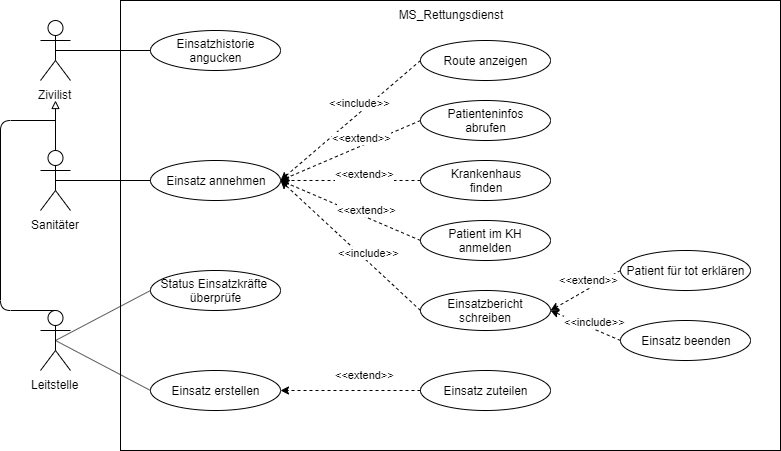
Earlier version of the draw.io export docs/patrick_poppe/img/UseCase.png (SGSE-2020/Spezifikation). Source tidied: cells renumbered, new cells last; positions are measured from the earlier drawing's top-left corner, leaving out a move shared by most shapes.
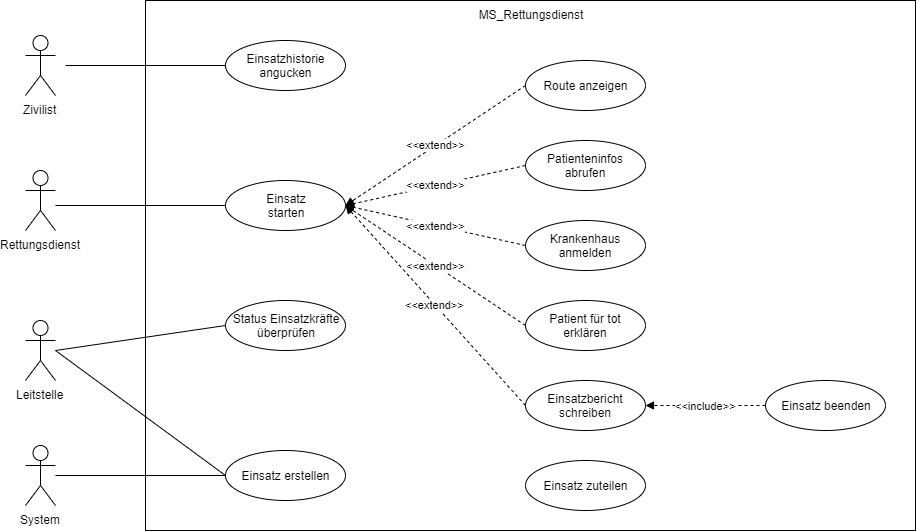
The same diagram one commit later.

The edit, as a diff of the source:
```diff
@@ -3,102 +3,93 @@
     <mxCell id="0" />
     <mxCell id="1" parent="0" />
     <mxCell id="2" value="Zivilist" style="shape=umlActor;verticalLabelPosition=bottom;labelBackgroundColor=#ffffff;verticalAlign=top;html=1;outlineConnect=0;" parent="1" vertex="1">
-      <mxGeometry x="40" y="20" width="30" height="60" as="geometry" />
+      <mxGeometry y="25" width="30" height="60" as="geometry" />
     </mxCell>
     <mxCell id="3" value="Leitstelle" style="shape=umlActor;verticalLabelPosition=bottom;labelBackgroundColor=#ffffff;verticalAlign=top;html=1;outlineConnect=0;" parent="1" vertex="1">
-      <mxGeometry x="40" y="310" width="30" height="60" as="geometry" />
+      <mxGeometry y="310" width="30" height="60" as="geometry" />
     </mxCell>
-    <mxCell id="4" value="Sanitäter" style="shape=umlActor;verticalLabelPosition=bottom;labelBackgroundColor=#ffffff;verticalAlign=top;html=1;outlineConnect=0;" parent="1" vertex="1">
-      <mxGeometry x="40" y="150" width="30" height="60" as="geometry" />
-    </mxCell>
+    <mxCell id="32" value="Rettungsdienst" style="shape=umlActor;verticalLabelPosition=bottom;labelBackgroundColor=#ffffff;verticalAlign=top;html=1;" parent="1" vertex="1">
+      <mxGeometry y="160" width="30" height="60" as="geometry" />
+    </mxCell>
     <mxCell id="5" value="MS_Rettungsdienst" style="rounded=0;whiteSpace=wrap;html=1;verticalAlign=top;" parent="1" vertex="1">
-      <mxGeometry x="120" width="660" height="450" as="geometry" />
+      <mxGeometry x="120" y="-10" width="770" height="530" as="geometry" />
     </mxCell>
     <mxCell id="6" value="Einsatzhistorie&lt;br&gt;angucken" style="ellipse;whiteSpace=wrap;html=1;" parent="1" vertex="1">
-      <mxGeometry x="150" y="30" width="130" height="40" as="geometry" />
+      <mxGeometry x="200" y="30" width="120" height="50" as="geometry" />
     </mxCell>
+    <mxCell id="33" value="Einsatz&lt;br&gt;starten" style="ellipse;whiteSpace=wrap;html=1;" parent="1" vertex="1">
+      <mxGeometry x="200" y="170" width="120" height="50" as="geometry" />
+    </mxCell>
+    <mxCell id="34" value="Status Einsatzkräfte&lt;br&gt;überprüfen" style="ellipse;whiteSpace=wrap;html=1;" parent="1" vertex="1">
+      <mxGeometry x="200" y="290" width="120" height="50" as="geometry" />
+    </mxCell>
     <mxCell id="7" value="Einsatz erstellen" style="ellipse;whiteSpace=wrap;html=1;" parent="1" vertex="1">
-      <mxGeometry x="150" y="370" width="130" height="40" as="geometry" />
+      <mxGeometry x="200" y="440" width="120" height="50" as="geometry" />
     </mxCell>
-    <mxCell id="8" value="Einsatz annehmen" style="ellipse;whiteSpace=wrap;html=1;" parent="1" vertex="1">
-      <mxGeometry x="150" y="160" width="130" height="40" as="geometry" />
-    </mxCell>
+    <mxCell id="35" value="System" style="shape=umlActor;verticalLabelPosition=bottom;labelBackgroundColor=#ffffff;verticalAlign=top;html=1;outlineConnect=0;" parent="1" vertex="1">
+      <mxGeometry y="435" width="30" height="60" as="geometry" />
+    </mxCell>
+    <mxCell id="26" value="Einsatz zuteilen" style="ellipse;whiteSpace=wrap;html=1;" parent="1" vertex="1">
+      <mxGeometry x="500" y="450" width="120" height="50" as="geometry" />
+    </mxCell>
     <mxCell id="9" value="Route anzeigen" style="ellipse;whiteSpace=wrap;html=1;" parent="1" vertex="1">
-      <mxGeometry x="420" y="40" width="130" height="40" as="geometry" />
+      <mxGeometry x="500" y="50" width="120" height="50" as="geometry" />
     </mxCell>
-    <mxCell id="10" value="Patienteninfos&lt;br&gt;abrufen" style="ellipse;whiteSpace=wrap;html=1;" parent="1" vertex="1">
-      <mxGeometry x="420" y="100" width="130" height="40" as="geometry" />
+    <mxCell id="10" value="Patienteninfos abrufen" style="ellipse;whiteSpace=wrap;html=1;" parent="1" vertex="1">
+      <mxGeometry x="500" y="130" width="120" height="50" as="geometry" />
     </mxCell>
-    <mxCell id="11" value="Krankenhaus&lt;br&gt;finden" style="ellipse;whiteSpace=wrap;html=1;" parent="1" vertex="1">
-      <mxGeometry x="420" y="160" width="130" height="40" as="geometry" />
-    </mxCell>
-    <mxCell id="12" value="Patient im KH anmelden" style="ellipse;whiteSpace=wrap;html=1;" parent="1" vertex="1">
-      <mxGeometry x="420" y="220" width="130" height="40" as="geometry" />
-    </mxCell>
+    <mxCell id="36" value="Krankenhaus anmelden" style="ellipse;whiteSpace=wrap;html=1;" parent="1" vertex="1">
+      <mxGeometry x="500" y="210" width="120" height="50" as="geometry" />
+    </mxCell>
+    <mxCell id="14" value="Einsatzbericht schreiben" style="ellipse;whiteSpace=wrap;html=1;" parent="1" vertex="1">
+      <mxGeometry x="500" y="370" width="120" height="50" as="geometry" />
+    </mxCell>
     <mxCell id="13" value="Patient für tot erklären" style="ellipse;whiteSpace=wrap;html=1;" parent="1" vertex="1">
-      <mxGeometry x="620" y="250" width="130" height="40" as="geometry" />
+      <mxGeometry x="500" y="290" width="120" height="50" as="geometry" />
     </mxCell>
-    <mxCell id="14" value="Einsatzbericht schreiben" style="ellipse;whiteSpace=wrap;html=1;" parent="1" vertex="1">
-      <mxGeometry x="420" y="290" width="130" height="40" as="geometry" />
-    </mxCell>
     <mxCell id="15" value="Einsatz beenden" style="ellipse;whiteSpace=wrap;html=1;" parent="1" vertex="1">
-      <mxGeometry x="620" y="320" width="130" height="40" as="geometry" />
+      <mxGeometry x="740" y="370" width="120" height="50" as="geometry" />
     </mxCell>
-    <mxCell id="16" style="endArrow=none;html=1;exitX=0.5;exitY=0.5;exitDx=0;exitDy=0;exitPerimeter=0;entryX=0;entryY=0.5;entryDx=0;entryDy=0;" parent="1" edge="1" source="3" target="7">
-      <mxGeometry relative="1" as="geometry" />
-    </mxCell>
-    <mxCell id="17" style="endArrow=none;html=1;exitX=0.5;exitY=0.5;exitDx=0;exitDy=0;exitPerimeter=0;entryX=0;entryY=0.5;entryDx=0;entryDy=0;" parent="1" edge="1" source="4" target="8">
-      <mxGeometry relative="1" as="geometry" />
-    </mxCell>
-    <mxCell id="18" style="endArrow=none;html=1;exitX=0.5;exitY=0.5;exitDx=0;exitDy=0;exitPerimeter=0;entryX=0;entryY=0.5;entryDx=0;entryDy=0;" parent="1" edge="1" source="2" target="6">
-      <mxGeometry relative="1" as="geometry" />
-    </mxCell>
-    <mxCell id="19" value="&amp;lt;&amp;lt;include&amp;gt;&amp;gt;" style="endArrow=classic;dashed=1;html=1;entryX=1;entryY=0.5;entryDx=0;entryDy=0;exitX=0;exitY=0.5;exitDx=0;exitDy=0;startArrow=none;startFill=0;endFill=1;verticalAlign=middle;horizontal=1;spacing=2;" parent="1" edge="1" source="9" target="8">
-      <mxGeometry x="-0.2" y="-7" relative="1" as="geometry" />
-    </mxCell>
-    <mxCell id="20" value="&amp;lt;&amp;lt;extend&amp;gt;&amp;gt;" style="endArrow=classic;dashed=1;html=1;entryX=1;entryY=0.5;entryDx=0;entryDy=0;exitX=0;exitY=0.5;exitDx=0;exitDy=0;startArrow=none;startFill=0;endFill=1;verticalAlign=middle;horizontal=1;spacing=2;" parent="1" edge="1" source="13" target="14">
-      <mxGeometry x="-0.2" y="-7" relative="1" as="geometry" />
-    </mxCell>
-    <mxCell id="21" value="&amp;lt;&amp;lt;extend&amp;gt;&amp;gt;" style="endArrow=classic;dashed=1;html=1;entryX=1;entryY=0.5;entryDx=0;entryDy=0;exitX=0;exitY=0.5;exitDx=0;exitDy=0;startArrow=none;startFill=0;endFill=1;verticalAlign=middle;horizontal=1;spacing=2;" parent="1" edge="1" source="10" target="8">
-      <mxGeometry x="-0.2" y="-7" relative="1" as="geometry" />
-    </mxCell>
-    <mxCell id="22" value="&amp;lt;&amp;lt;extend&amp;gt;&amp;gt;" style="endArrow=classic;dashed=1;html=1;entryX=1;entryY=0.5;entryDx=0;entryDy=0;exitX=0;exitY=0.5;exitDx=0;exitDy=0;startArrow=none;startFill=0;endFill=1;verticalAlign=middle;horizontal=1;spacing=2;" parent="1" edge="1" source="12" target="8">
-      <mxGeometry x="-0.2" y="-7" relative="1" as="geometry" />
-    </mxCell>
-    <mxCell id="23" value="&amp;lt;&amp;lt;include&amp;gt;&amp;gt;" style="endArrow=classic;dashed=1;html=1;entryX=1;entryY=0.5;entryDx=0;entryDy=0;exitX=0;exitY=0.5;exitDx=0;exitDy=0;startArrow=none;startFill=0;endFill=1;verticalAlign=middle;horizontal=1;spacing=2;" parent="1" edge="1" source="14" target="8">
-      <mxGeometry x="-0.2" y="-7" relative="1" as="geometry" />
-    </mxCell>
+    <mxCell id="37" value="&amp;lt;&amp;lt;extend&amp;gt;&amp;gt;" style="endArrow=block;dashed=1;html=1;endFill=1;entryX=1;entryY=0.5;entryDx=0;entryDy=0;exitX=0;exitY=0.5;exitDx=0;exitDy=0;" parent="1" edge="1" source="10" target="33">
+      <mxGeometry relative="1" as="geometry" />
+    </mxCell>
+    <mxCell id="38" value="&amp;lt;&amp;lt;extend&amp;gt;&amp;gt;" style="endArrow=block;dashed=1;html=1;endFill=1;entryX=1;entryY=0.5;entryDx=0;entryDy=0;exitX=0;exitY=0.5;exitDx=0;exitDy=0;" parent="1" edge="1" source="9" target="33">
+      <mxGeometry relative="1" as="geometry" />
+    </mxCell>
+    <mxCell id="39" value="&amp;lt;&amp;lt;extend&amp;gt;&amp;gt;" style="endArrow=block;dashed=1;html=1;endFill=1;entryX=1;entryY=0.5;entryDx=0;entryDy=0;exitX=0;exitY=0.5;exitDx=0;exitDy=0;" parent="1" edge="1" source="36" target="33">
+      <mxGeometry relative="1" as="geometry" />
+    </mxCell>
+    <mxCell id="40" value="&amp;lt;&amp;lt;extend&amp;gt;&amp;gt;" style="endArrow=block;dashed=1;html=1;endFill=1;entryX=1;entryY=0.5;entryDx=0;entryDy=0;exitX=0;exitY=0.5;exitDx=0;exitDy=0;" parent="1" edge="1" source="14" target="33">
+      <mxGeometry relative="1" as="geometry" />
+    </mxCell>
+    <mxCell id="41" value="&amp;lt;&amp;lt;extend&amp;gt;&amp;gt;" style="endArrow=block;dashed=1;html=1;endFill=1;entryX=1;entryY=0.5;entryDx=0;entryDy=0;exitX=0;exitY=0.5;exitDx=0;exitDy=0;" parent="1" edge="1" source="13" target="33">
+      <mxGeometry relative="1" as="geometry" />
+    </mxCell>
-    <mxCell id="24" value="&amp;lt;&amp;lt;include&amp;gt;&amp;gt;" style="endArrow=classic;dashed=1;html=1;exitX=0;exitY=0.5;exitDx=0;exitDy=0;startArrow=none;startFill=0;endFill=1;verticalAlign=middle;horizontal=1;spacing=2;entryX=1;entryY=0.5;entryDx=0;entryDy=0;" parent="1" edge="1" source="15" target="14">
-      <mxGeometry x="-0.2" y="-7" relative="1" as="geometry" />
+    <mxCell id="24" value="&amp;lt;&amp;lt;include&amp;gt;&amp;gt;" style="endArrow=block;dashed=1;html=1;endFill=1;entryX=1;entryY=0.5;entryDx=0;entryDy=0;exitX=0;exitY=0.5;exitDx=0;exitDy=0;" parent="1" edge="1" source="15" target="14">
+      <mxGeometry relative="1" as="geometry" />
     </mxCell>
-    <mxCell id="25" value="&amp;lt;&amp;lt;extend&amp;gt;&amp;gt;" style="endArrow=classic;dashed=1;html=1;entryX=1;entryY=0.5;entryDx=0;entryDy=0;exitX=0;exitY=0.5;exitDx=0;exitDy=0;startArrow=none;startFill=0;endFill=1;verticalAlign=middle;horizontal=1;spacing=2;" parent="1" edge="1" source="11" target="8">
-      <mxGeometry x="-0.2" y="-7" relative="1" as="geometry" />
-    </mxCell>
-    <mxCell id="26" value="Einsatz zuteilen" style="ellipse;whiteSpace=wrap;html=1;" parent="1" vertex="1">
-      <mxGeometry x="420" y="370" width="130" height="40" as="geometry" />
-    </mxCell>
-    <mxCell id="27" value="&amp;lt;&amp;lt;extend&amp;gt;&amp;gt;" style="endArrow=classic;dashed=1;html=1;exitX=0;exitY=0.5;exitDx=0;exitDy=0;startArrow=none;startFill=0;endFill=1;verticalAlign=bottom;horizontal=1;spacing=2;" parent="1" edge="1" source="26" target="7">
-      <mxGeometry x="-0.2" y="-7" relative="1" as="geometry" />
-    </mxCell>
-    <mxCell id="28" value="Status Einsatzkräfte&amp;nbsp;&lt;br&gt;überprüfe" style="ellipse;whiteSpace=wrap;html=1;" parent="1" vertex="1">
-      <mxGeometry x="150" y="270" width="130" height="40" as="geometry" />
-    </mxCell>
-    <mxCell id="29" style="endArrow=none;html=1;entryX=0;entryY=0.5;entryDx=0;entryDy=0;exitX=0.5;exitY=0.5;exitDx=0;exitDy=0;exitPerimeter=0;" parent="1" edge="1" source="3" target="28">
-      <mxGeometry relative="1" as="geometry" />
-    </mxCell>
-    <mxCell id="30" style="endArrow=block;html=1;exitX=0.5;exitY=0;exitDx=0;exitDy=0;exitPerimeter=0;startArrow=none;startFill=0;endFill=0;" parent="1" edge="1" source="4">
-      <mxGeometry relative="1" as="geometry">
-        <mxPoint x="55" y="100" as="targetPoint" />
-      </mxGeometry>
-    </mxCell>
-    <mxCell id="31" style="endArrow=none;html=1;entryX=0.5;entryY=0;entryDx=0;entryDy=0;entryPerimeter=0;" parent="1" edge="1" target="3">
-      <mxGeometry relative="1" as="geometry">
-        <mxPoint x="55" y="120" as="sourcePoint" />
-        <Array as="points">
-          <mxPoint y="120" />
-          <mxPoint y="310" />
-        </Array>
-      </mxGeometry>
-    </mxCell>
+    <mxCell id="42" style="endArrow=none;html=1;entryX=0;entryY=0.5;entryDx=0;entryDy=0;" parent="1" edge="1" source="35" target="7">
+      <mxGeometry relative="1" as="geometry" />
+    </mxCell>
+    <mxCell id="43" style="endArrow=none;html=1;entryX=0;entryY=0.5;entryDx=0;entryDy=0;" parent="1" edge="1" target="33">
+      <mxGeometry relative="1" as="geometry">
+        <mxPoint x="30" y="195" as="sourcePoint" />
+      </mxGeometry>
+    </mxCell>
+    <mxCell id="44" style="endArrow=none;html=1;exitX=0;exitY=0.5;exitDx=0;exitDy=0;" parent="1" edge="1" source="7">
+      <mxGeometry relative="1" as="geometry">
+        <mxPoint x="30" y="340" as="targetPoint" />
+      </mxGeometry>
+    </mxCell>
+    <mxCell id="45" style="endArrow=none;html=1;entryX=0;entryY=0.5;entryDx=0;entryDy=0;" parent="1" edge="1" target="34">
+      <mxGeometry relative="1" as="geometry">
+        <mxPoint x="30" y="340" as="sourcePoint" />
+      </mxGeometry>
+    </mxCell>
+    <mxCell id="46" style="endArrow=none;html=1;entryX=0;entryY=0.5;entryDx=0;entryDy=0;" parent="1" edge="1" target="6">
+      <mxGeometry relative="1" as="geometry">
+        <mxPoint x="40" y="55" as="sourcePoint" />
+      </mxGeometry>
+    </mxCell>
   </root>
 </mxGraphModel>
```
